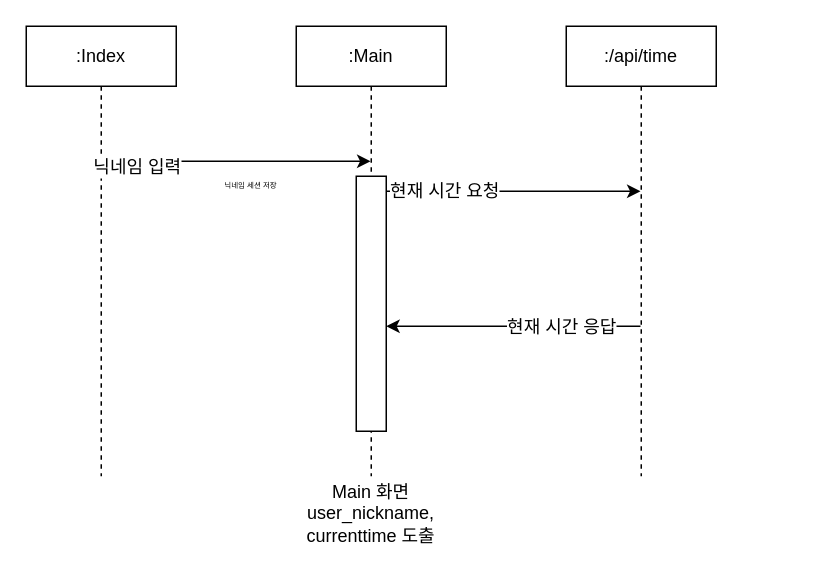
Before: SSR/quasar-SSR.drawio in Ujin28/ssossotable-team-study, a draw.io diagram. Source tidied: cells renumbered, new cells numbered last; positions are measured from the earlier drawing's top-left corner, leaving out a move shared by most shapes. Both pictures are drawn from the tidied source at 150%, with x=0, y=0 at pixel (26, 26).
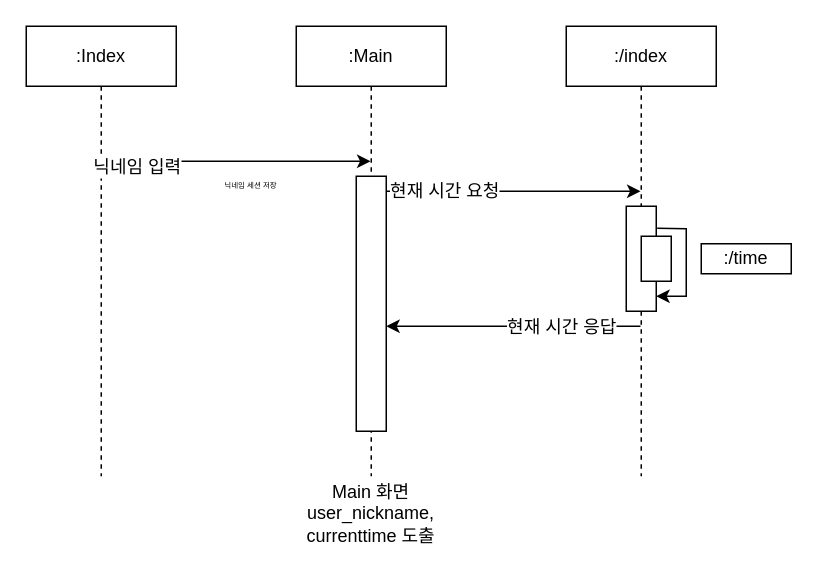
The same page after the edit.

The edit, as a diff of the source:
```diff
@@
-    <mxCell id="4" value=":/api/time" style="shape=umlLifeline;perimeter=lifelinePerimeter;whiteSpace=wrap;html=1;outlineConnect=0;portConstraint=eastwest;newEdgeStyle={&quot;edgeStyle&quot;:&quot;elbowEdgeStyle&quot;,&quot;elbow&quot;:&quot;vertical&quot;,&quot;curved&quot;:0,&quot;rounded&quot;:0};" parent="1" vertex="1">
+    <mxCell id="4" value=":/index" style="shape=umlLifeline;perimeter=lifelinePerimeter;whiteSpace=wrap;html=1;outlineConnect=0;portConstraint=eastwest;newEdgeStyle={&quot;edgeStyle&quot;:&quot;elbowEdgeStyle&quot;,&quot;elbow&quot;:&quot;vertical&quot;,&quot;curved&quot;:0,&quot;rounded&quot;:0};" parent="1" vertex="1">
       <mxGeometry x="360" width="100" height="300" as="geometry" />
     </mxCell>
@@
+    <mxCell id="14" style="rounded=0;whiteSpace=wrap;html=1;fontSize=12;" parent="1" vertex="1">
+      <mxGeometry x="400" y="120" width="20" height="70" as="geometry" />
+    </mxCell>
+    <mxCell id="15" value=":/time" style="rounded=0;whiteSpace=wrap;html=1;" parent="1" vertex="1">
+      <mxGeometry x="450" y="145" width="60" height="20" as="geometry" />
+    </mxCell>
+    <mxCell id="16" style="endArrow=classic;html=1;rounded=0;exitX=1.032;exitY=0.209;exitDx=0;exitDy=0;exitPerimeter=0;entryX=1;entryY=0.857;entryDx=0;entryDy=0;entryPerimeter=0;" parent="1" edge="1" source="14" target="14">
+      <mxGeometry relative="1" as="geometry">
+        <Array as="points">
+          <mxPoint x="440" y="135" />
+          <mxPoint x="440" y="180" />
+        </Array>
+      </mxGeometry>
+    </mxCell>
+    <mxCell id="17" style="rounded=0;whiteSpace=wrap;html=1;" parent="1" vertex="1">
+      <mxGeometry x="410" y="140" width="20" height="30" as="geometry" />
+    </mxCell>
```
